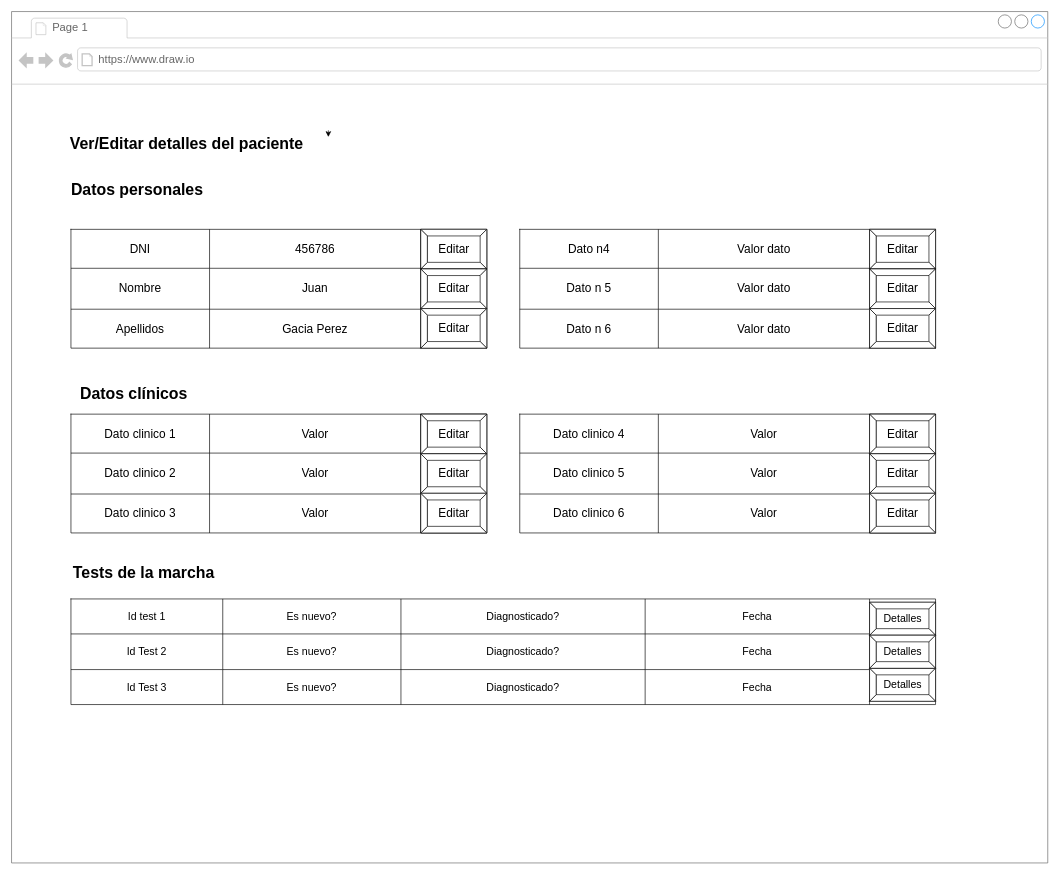
This is wireframes/(Auxiliar) Ver Editar detalles.drawio from bernatDiaz/artefactos, a draw.io file, before an edit. Source tidied: cells renumbered, new cells numbered last; positions are measured from the earlier drawing's top-left corner, leaving out a move shared by most shapes. Both pictures are drawn from the tidied source at 66%, with x=0, y=0 at pixel (11, 11).
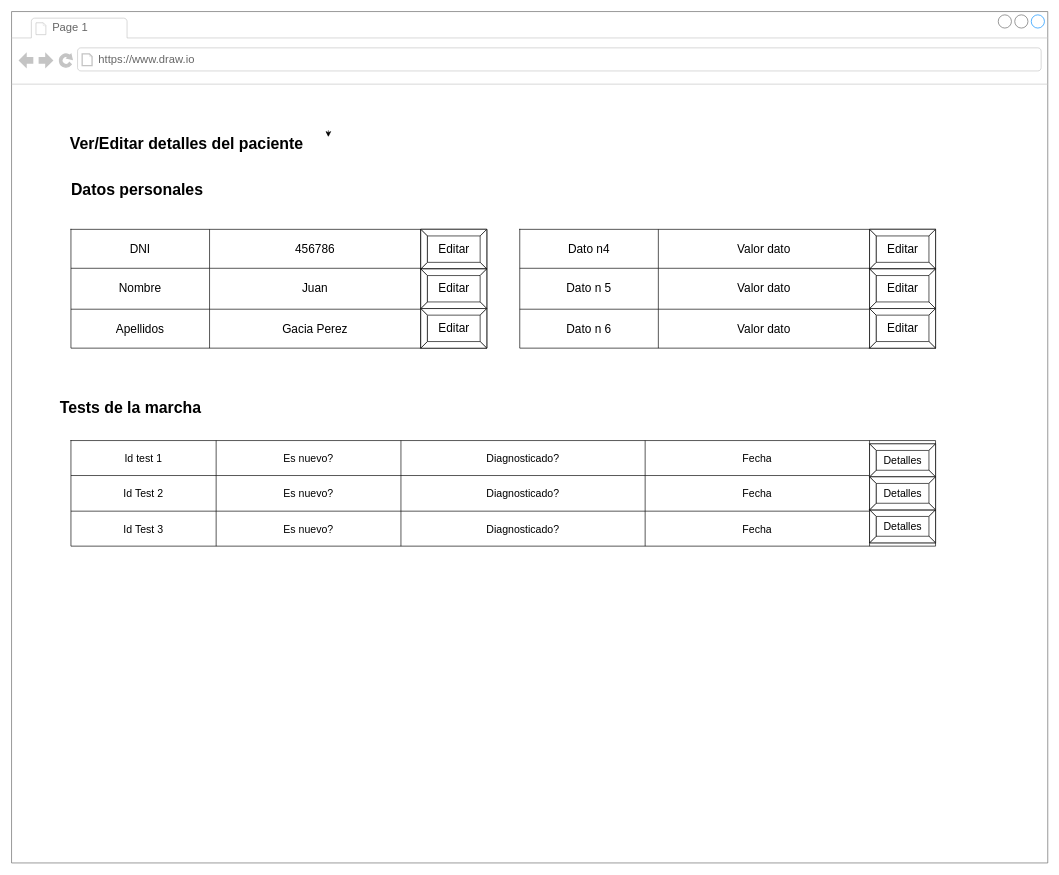
Above is the later version.

The change refers to these unchanged cells:
```xml
<mxCell id="2" style="strokeWidth=1;shadow=0;dashed=0;align=center;html=1;shape=mxgraph.mockup.containers.browserWindow;rSize=0;strokeColor=#666666;strokeColor2=#008cff;strokeColor3=#c4c4c4;mainText=,;" parent="1" vertex="1">
  <mxGeometry width="1570" height="1290" as="geometry" />
</mxCell>
<mxCell id="75" style="shape=tableRow;horizontal=0;startSize=0;swimlaneHead=0;swimlaneBody=0;top=0;left=0;bottom=0;right=0;fillColor=none;" parent="74" vertex="1">
  <mxGeometry width="1310" height="53" as="geometry" />
</mxCell>
<mxCell id="81" style="shape=tableRow;horizontal=0;startSize=0;swimlaneHead=0;swimlaneBody=0;top=0;left=0;bottom=0;right=0;fillColor=none;" parent="74" vertex="1">
  <mxGeometry y="53" width="1310" height="54" as="geometry" />
</mxCell>
<mxCell id="87" style="shape=tableRow;horizontal=0;startSize=0;swimlaneHead=0;swimlaneBody=0;top=0;left=0;bottom=0;right=0;fillColor=none;" parent="74" vertex="1">
  <mxGeometry y="107" width="1310" height="53" as="geometry" />
</mxCell>
```

Change to the diagram source:
```diff
@@
-    <mxCell id="40" value="Datos clínicos" style="text;strokeColor=none;fillColor=none;html=1;fontSize=24;fontStyle=1;verticalAlign=middle;align=center;" parent="2" vertex="1">
-      <mxGeometry x="90" y="560" width="190" height="40" as="geometry" />
-    </mxCell>
-    <mxCell id="41" style="shape=table;html=1;whiteSpace=wrap;startSize=0;childLayout=tableLayout;fontSize=18;" parent="2" vertex="1">
-      <mxGeometry x="90" y="610" width="630" height="180" as="geometry" />
-    </mxCell>
-    <mxCell id="42" style="shape=tableRow;horizontal=0;startSize=0;swimlaneHead=0;swimlaneBody=0;top=0;left=0;bottom=0;right=0;fillColor=none;fontSize=18;" parent="41" vertex="1">
-      <mxGeometry width="630" height="59" as="geometry" />
-    </mxCell>
-    <mxCell id="43" value="Dato clinico 1" style="shape=partialRectangle;html=1;whiteSpace=wrap;fillColor=none;top=0;left=0;bottom=0;right=0;overflow=hidden;fontSize=18;" parent="42" vertex="1">
-      <mxGeometry width="210" height="59" as="geometry" />
-    </mxCell>
-    <mxCell id="44" value="Valor" style="shape=partialRectangle;html=1;whiteSpace=wrap;fillColor=none;top=0;left=0;bottom=0;right=0;overflow=hidden;fontSize=18;" parent="42" vertex="1">
-      <mxGeometry x="210" width="320" height="59" as="geometry" />
-    </mxCell>
-    <mxCell id="45" style="shape=partialRectangle;html=1;whiteSpace=wrap;fillColor=none;top=0;left=0;bottom=0;right=0;overflow=hidden;fontSize=18;" parent="42" vertex="1">
-      <mxGeometry x="530" width="100" height="59" as="geometry" />
-    </mxCell>
-    <mxCell id="46" style="shape=tableRow;horizontal=0;startSize=0;swimlaneHead=0;swimlaneBody=0;top=0;left=0;bottom=0;right=0;fillColor=none;fontSize=18;" parent="41" vertex="1">
-      <mxGeometry y="59" width="630" height="62" as="geometry" />
-    </mxCell>
-    <mxCell id="47" value="Dato clinico 2" style="shape=partialRectangle;html=1;whiteSpace=wrap;fillColor=none;top=0;left=0;bottom=0;right=0;overflow=hidden;fontSize=18;" parent="46" vertex="1">
-      <mxGeometry width="210" height="62" as="geometry" />
-    </mxCell>
-    <mxCell id="48" value="Valor" style="shape=partialRectangle;html=1;whiteSpace=wrap;fillColor=none;top=0;left=0;bottom=0;right=0;overflow=hidden;fontSize=18;" parent="46" vertex="1">
-      <mxGeometry x="210" width="320" height="62" as="geometry" />
-    </mxCell>
-    <mxCell id="49" style="shape=partialRectangle;html=1;whiteSpace=wrap;fillColor=none;top=0;left=0;bottom=0;right=0;overflow=hidden;fontSize=18;" parent="46" vertex="1">
-      <mxGeometry x="530" width="100" height="62" as="geometry" />
-    </mxCell>
-    <mxCell id="50" style="shape=tableRow;horizontal=0;startSize=0;swimlaneHead=0;swimlaneBody=0;top=0;left=0;bottom=0;right=0;fillColor=none;fontSize=18;" parent="41" vertex="1">
-      <mxGeometry y="121" width="630" height="59" as="geometry" />
-    </mxCell>
-    <mxCell id="51" value="Dato clinico 3" style="shape=partialRectangle;html=1;whiteSpace=wrap;fillColor=none;top=0;left=0;bottom=0;right=0;overflow=hidden;fontSize=18;" parent="50" vertex="1">
-      <mxGeometry width="210" height="59" as="geometry" />
-    </mxCell>
-    <mxCell id="52" value="Valor" style="shape=partialRectangle;html=1;whiteSpace=wrap;fillColor=none;top=0;left=0;bottom=0;right=0;overflow=hidden;fontSize=18;" parent="50" vertex="1">
-      <mxGeometry x="210" width="320" height="59" as="geometry" />
-    </mxCell>
-    <mxCell id="53" style="shape=partialRectangle;html=1;whiteSpace=wrap;fillColor=none;top=0;left=0;bottom=0;right=0;overflow=hidden;fontSize=18;" parent="50" vertex="1">
-      <mxGeometry x="530" width="100" height="59" as="geometry" />
-    </mxCell>
-    <mxCell id="54" value="Editar" style="labelPosition=center;verticalLabelPosition=middle;align=center;html=1;shape=mxgraph.basic.button;dx=10;fontSize=18;" parent="2" vertex="1">
-      <mxGeometry x="620" y="610" width="100" height="60" as="geometry" />
-    </mxCell>
-    <mxCell id="55" value="Editar" style="labelPosition=center;verticalLabelPosition=middle;align=center;html=1;shape=mxgraph.basic.button;dx=10;fontSize=18;" parent="2" vertex="1">
-      <mxGeometry x="620" y="670" width="100" height="60" as="geometry" />
-    </mxCell>
-    <mxCell id="56" value="Editar" style="labelPosition=center;verticalLabelPosition=middle;align=center;html=1;shape=mxgraph.basic.button;dx=10;fontSize=18;" parent="2" vertex="1">
-      <mxGeometry x="620" y="730" width="100" height="60" as="geometry" />
-    </mxCell>
-    <mxCell id="57" style="shape=table;html=1;whiteSpace=wrap;startSize=0;childLayout=tableLayout;fontSize=18;" parent="2" vertex="1">
-      <mxGeometry x="770" y="610" width="630" height="180" as="geometry" />
-    </mxCell>
-    <mxCell id="58" style="shape=tableRow;horizontal=0;startSize=0;swimlaneHead=0;swimlaneBody=0;top=0;left=0;bottom=0;right=0;fillColor=none;fontSize=18;" parent="57" vertex="1">
-      <mxGeometry width="630" height="59" as="geometry" />
-    </mxCell>
-    <mxCell id="59" value="Dato clinico 4" style="shape=partialRectangle;html=1;whiteSpace=wrap;fillColor=none;top=0;left=0;bottom=0;right=0;overflow=hidden;fontSize=18;" parent="58" vertex="1">
-      <mxGeometry width="210" height="59" as="geometry" />
-    </mxCell>
-    <mxCell id="60" value="Valor" style="shape=partialRectangle;html=1;whiteSpace=wrap;fillColor=none;top=0;left=0;bottom=0;right=0;overflow=hidden;fontSize=18;" parent="58" vertex="1">
-      <mxGeometry x="210" width="320" height="59" as="geometry" />
-    </mxCell>
-    <mxCell id="61" style="shape=partialRectangle;html=1;whiteSpace=wrap;fillColor=none;top=0;left=0;bottom=0;right=0;overflow=hidden;fontSize=18;" parent="58" vertex="1">
-      <mxGeometry x="530" width="100" height="59" as="geometry" />
-    </mxCell>
-    <mxCell id="62" style="shape=tableRow;horizontal=0;startSize=0;swimlaneHead=0;swimlaneBody=0;top=0;left=0;bottom=0;right=0;fillColor=none;fontSize=18;" parent="57" vertex="1">
-      <mxGeometry y="59" width="630" height="62" as="geometry" />
-    </mxCell>
-    <mxCell id="63" value="Dato clinico 5" style="shape=partialRectangle;html=1;whiteSpace=wrap;fillColor=none;top=0;left=0;bottom=0;right=0;overflow=hidden;fontSize=18;" parent="62" vertex="1">
-      <mxGeometry width="210" height="62" as="geometry" />
-    </mxCell>
-    <mxCell id="64" value="Valor" style="shape=partialRectangle;html=1;whiteSpace=wrap;fillColor=none;top=0;left=0;bottom=0;right=0;overflow=hidden;fontSize=18;" parent="62" vertex="1">
-      <mxGeometry x="210" width="320" height="62" as="geometry" />
-    </mxCell>
-    <mxCell id="65" style="shape=partialRectangle;html=1;whiteSpace=wrap;fillColor=none;top=0;left=0;bottom=0;right=0;overflow=hidden;fontSize=18;" parent="62" vertex="1">
-      <mxGeometry x="530" width="100" height="62" as="geometry" />
-    </mxCell>
-    <mxCell id="66" style="shape=tableRow;horizontal=0;startSize=0;swimlaneHead=0;swimlaneBody=0;top=0;left=0;bottom=0;right=0;fillColor=none;fontSize=18;" parent="57" vertex="1">
-      <mxGeometry y="121" width="630" height="59" as="geometry" />
-    </mxCell>
-    <mxCell id="67" value="Dato clinico 6" style="shape=partialRectangle;html=1;whiteSpace=wrap;fillColor=none;top=0;left=0;bottom=0;right=0;overflow=hidden;fontSize=18;" parent="66" vertex="1">
-      <mxGeometry width="210" height="59" as="geometry" />
-    </mxCell>
-    <mxCell id="68" value="Valor" style="shape=partialRectangle;html=1;whiteSpace=wrap;fillColor=none;top=0;left=0;bottom=0;right=0;overflow=hidden;fontSize=18;" parent="66" vertex="1">
-      <mxGeometry x="210" width="320" height="59" as="geometry" />
-    </mxCell>
-    <mxCell id="69" style="shape=partialRectangle;html=1;whiteSpace=wrap;fillColor=none;top=0;left=0;bottom=0;right=0;overflow=hidden;fontSize=18;" parent="66" vertex="1">
-      <mxGeometry x="530" width="100" height="59" as="geometry" />
-    </mxCell>
-    <mxCell id="70" value="Editar" style="labelPosition=center;verticalLabelPosition=middle;align=center;html=1;shape=mxgraph.basic.button;dx=10;fontSize=18;" parent="2" vertex="1">
-      <mxGeometry x="1300" y="610" width="100" height="60" as="geometry" />
-    </mxCell>
-    <mxCell id="71" value="Editar" style="labelPosition=center;verticalLabelPosition=middle;align=center;html=1;shape=mxgraph.basic.button;dx=10;fontSize=18;" parent="2" vertex="1">
-      <mxGeometry x="1300" y="670" width="100" height="60" as="geometry" />
-    </mxCell>
-    <mxCell id="72" value="Editar" style="labelPosition=center;verticalLabelPosition=middle;align=center;html=1;shape=mxgraph.basic.button;dx=10;fontSize=18;" parent="2" vertex="1">
-      <mxGeometry x="1300" y="730" width="100" height="60" as="geometry" />
-    </mxCell>
     <mxCell id="73" value="Tests de la marcha" style="text;strokeColor=none;fillColor=none;html=1;fontSize=24;fontStyle=1;verticalAlign=middle;align=center;" parent="2" vertex="1">
-      <mxGeometry x="90" y="830" width="220" height="40" as="geometry" />
+      <mxGeometry x="70" y="580" width="220" height="40" as="geometry" />
     </mxCell>
     <mxCell id="74" style="shape=table;html=1;whiteSpace=wrap;startSize=0;childLayout=tableLayout;" parent="2" vertex="1">
-      <mxGeometry x="90" y="890" width="1310" height="160" as="geometry" />
+      <mxGeometry x="90" y="650" width="1310" height="160" as="geometry" />
     </mxCell>
@@
     <mxCell id="76" value="&lt;font style=&quot;font-size: 16px&quot;&gt;Id test 1&lt;/font&gt;" style="shape=partialRectangle;html=1;whiteSpace=wrap;fillColor=none;top=0;left=0;bottom=0;right=0;overflow=hidden;" parent="75" vertex="1">
-      <mxGeometry width="230" height="53" as="geometry" />
+      <mxGeometry width="220" height="53" as="geometry" />
     </mxCell>
     <mxCell id="77" value="&lt;font style=&quot;font-size: 16px&quot;&gt;Es nuevo?&lt;/font&gt;" style="shape=partialRectangle;html=1;whiteSpace=wrap;fillColor=none;top=0;left=0;bottom=0;right=0;overflow=hidden;" parent="75" vertex="1">
-      <mxGeometry x="230" width="270" height="53" as="geometry" />
+      <mxGeometry x="220" width="280" height="53" as="geometry" />
     </mxCell>
@@
     <mxCell id="82" value="&lt;font style=&quot;font-size: 16px&quot;&gt;Id Test 2&lt;/font&gt;" style="shape=partialRectangle;html=1;whiteSpace=wrap;fillColor=none;top=0;left=0;bottom=0;right=0;overflow=hidden;" parent="81" vertex="1">
-      <mxGeometry width="230" height="54" as="geometry" />
+      <mxGeometry width="220" height="54" as="geometry" />
     </mxCell>
     <mxCell id="83" value="&lt;font style=&quot;font-size: 16px&quot;&gt;Es nuevo?&lt;/font&gt;" style="shape=partialRectangle;html=1;whiteSpace=wrap;fillColor=none;top=0;left=0;bottom=0;right=0;overflow=hidden;" parent="81" vertex="1">
-      <mxGeometry x="230" width="270" height="54" as="geometry" />
+      <mxGeometry x="220" width="280" height="54" as="geometry" />
     </mxCell>
@@
     <mxCell id="88" value="&lt;font style=&quot;font-size: 16px&quot;&gt;Id Test 3&lt;/font&gt;" style="shape=partialRectangle;html=1;whiteSpace=wrap;fillColor=none;top=0;left=0;bottom=0;right=0;overflow=hidden;" parent="87" vertex="1">
-      <mxGeometry width="230" height="53" as="geometry" />
+      <mxGeometry width="220" height="53" as="geometry" />
     </mxCell>
     <mxCell id="89" value="&lt;font style=&quot;font-size: 16px&quot;&gt;Es nuevo?&lt;/font&gt;" style="shape=partialRectangle;html=1;whiteSpace=wrap;fillColor=none;top=0;left=0;bottom=0;right=0;overflow=hidden;" parent="87" vertex="1">
-      <mxGeometry x="230" width="270" height="53" as="geometry" />
+      <mxGeometry x="220" width="280" height="53" as="geometry" />
     </mxCell>
@@
     <mxCell id="93" value="&lt;font style=&quot;font-size: 16px&quot;&gt;Detalles&lt;/font&gt;" style="labelPosition=center;verticalLabelPosition=middle;align=center;html=1;shape=mxgraph.basic.button;dx=10;fontSize=16;" parent="2" vertex="1">
-      <mxGeometry x="1300" y="895" width="100" height="50" as="geometry" />
+      <mxGeometry x="1300" y="655" width="100" height="50" as="geometry" />
     </mxCell>
     <mxCell id="94" value="&lt;font style=&quot;font-size: 16px&quot;&gt;Detalles&lt;/font&gt;" style="labelPosition=center;verticalLabelPosition=middle;align=center;html=1;shape=mxgraph.basic.button;dx=10;fontSize=16;" parent="2" vertex="1">
-      <mxGeometry x="1300" y="995" width="100" height="50" as="geometry" />
+      <mxGeometry x="1300" y="755" width="100" height="50" as="geometry" />
     </mxCell>
     <mxCell id="95" value="&lt;font style=&quot;font-size: 16px&quot;&gt;Detalles&lt;/font&gt;" style="labelPosition=center;verticalLabelPosition=middle;align=center;html=1;shape=mxgraph.basic.button;dx=10;fontSize=16;" parent="2" vertex="1">
-      <mxGeometry x="1300" y="945" width="100" height="50" as="geometry" />
+      <mxGeometry x="1300" y="705" width="100" height="50" as="geometry" />
     </mxCell>
```
